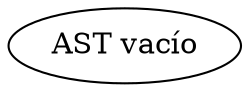
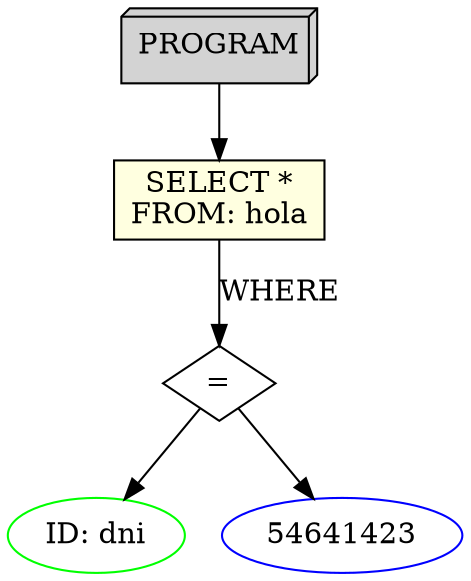
digraph AST {
-     empty [label="AST vacío"];
+   node0 [label="PROGRAM", shape=box3d, style=filled, fillcolor=lightgrey];
+   node1 [label="SELECT *\nFROM: hola", shape=rect, style=filled, fillcolor=lightyellow];
+   node2 [label="=", shape=diamond];
+   node3 [label="ID: dni", shape=ellipse, color=green];
+   node2 -> node3;
+   node4 [label="54641423", shape=ellipse, color=blue];
+   node2 -> node4;
+   node1 -> node2 [label="WHERE"];
+   node0 -> node1;
}
